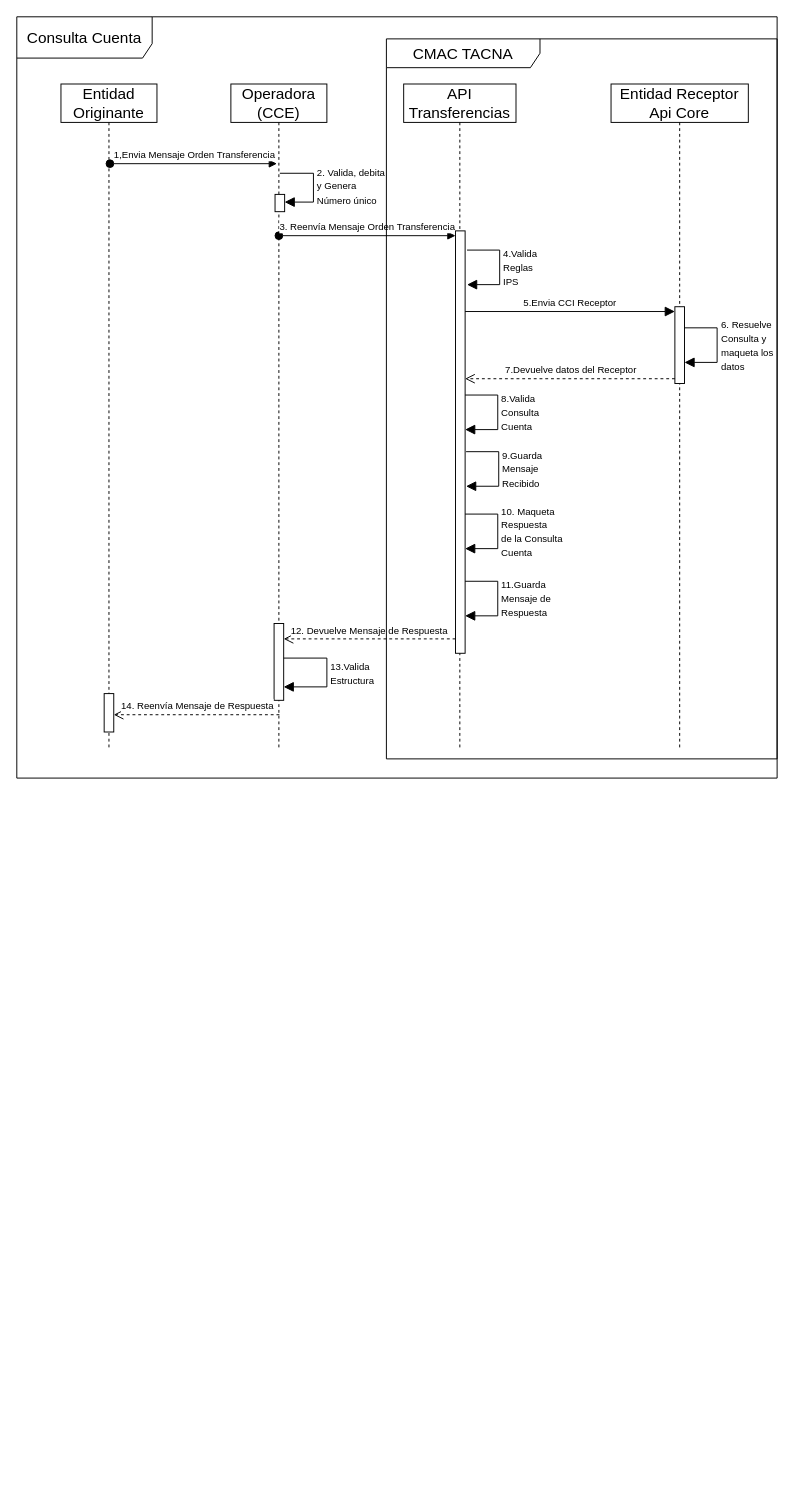
This is page "D. Secuencia Input_Orden_Transferencia (INPUT)" (5 of 14) of Diagramas.drawio from Richard-MJ/CMACT, a draw.io file, before an edit. Source tidied: cells renumbered, new cells numbered last; positions are measured from the earlier drawing's top-left corner, leaving out a move shared by most shapes. Both pictures are drawn from the tidied source at 96%, with x=0, y=0 at pixel (16, 16).
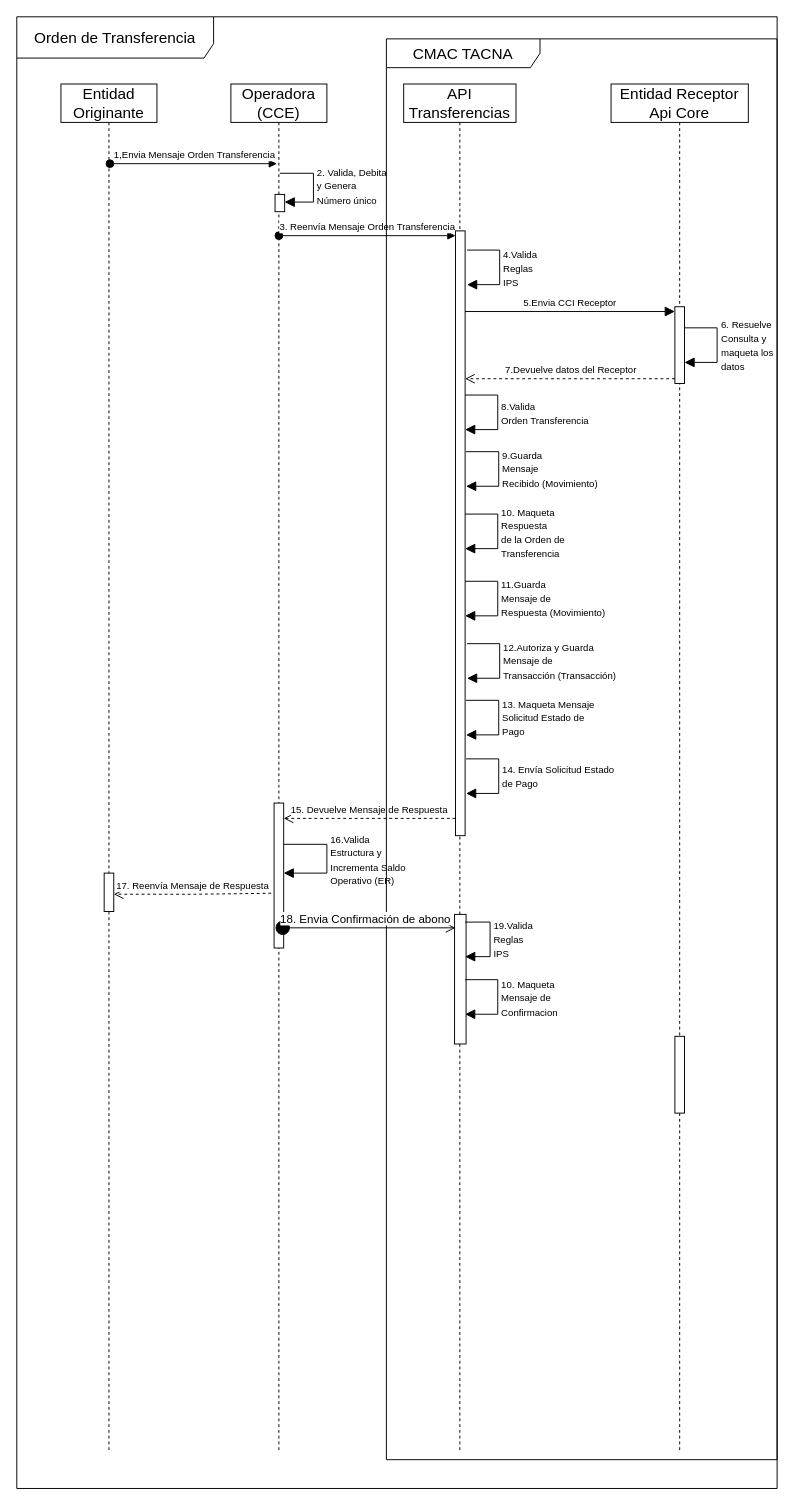
Above is the later version.

The change refers to these unchanged cells:
```xml
<mxCell id="10" style="html=1;points=[[0,0,0,0,5],[0,1,0,0,-5],[1,0,0,0,5],[1,1,0,0,-5]];perimeter=orthogonalPerimeter;outlineConnect=0;targetShapes=umlLifeline;portConstraint=eastwest;newEdgeStyle={&quot;curved&quot;:0,&quot;rounded&quot;:0};fontSize=16;" parent="1" vertex="1">
  <mxGeometry x="269" y="185" width="10" height="18" as="geometry" />
</mxCell>
```

Diff of the diagram source:
```diff
@@
     <mxCell id="2" value="Operadora (CCE)" style="shape=umlLifeline;perimeter=lifelinePerimeter;whiteSpace=wrap;html=1;newEdgeStyle={&quot;edgeStyle&quot;:&quot;elbowEdgeStyle&quot;,&quot;elbow&quot;:&quot;vertical&quot;,&quot;curved&quot;:0,&quot;rounded&quot;:0};fontSize=16;rounded=0;" parent="1" vertex="1">
-      <mxGeometry x="223" y="70" width="100" height="693" as="geometry" />
+      <mxGeometry x="223" y="70" width="100" height="1423" as="geometry" />
     </mxCell>
     <mxCell id="3" style="html=1;points=[[0,0,0,0,5],[0,1,0,0,-5],[1,0,0,0,5],[1,1,0,0,-5]];perimeter=orthogonalPerimeter;outlineConnect=0;targetShapes=umlLifeline;portConstraint=eastwest;newEdgeStyle={&quot;curved&quot;:0,&quot;rounded&quot;:0};fontSize=16;" parent="2" vertex="1">
-      <mxGeometry x="45" y="562" width="10" height="80" as="geometry" />
+      <mxGeometry x="45" y="749" width="10" height="151" as="geometry" />
     </mxCell>
-    <mxCell id="4" value="&lt;font style=&quot;font-size: 10px;&quot;&gt;13.Valida&lt;br&gt;Estructura&lt;/font&gt;" style="html=1;align=left;spacingLeft=2;endArrow=block;rounded=0;edgeStyle=orthogonalEdgeStyle;curved=0;rounded=0;fontSize=12;startSize=8;endSize=8;" parent="2" edge="1" source="3" target="3">
+    <mxCell id="4" value="&lt;font style=&quot;font-size: 10px;&quot;&gt;16.Valida&lt;br&gt;Estructura y&lt;br&gt;Incrementa Saldo&lt;br&gt;Operativo (ER)&lt;br&gt;&lt;/font&gt;" style="html=1;align=left;spacingLeft=2;endArrow=block;rounded=0;edgeStyle=orthogonalEdgeStyle;curved=0;rounded=0;fontSize=12;startSize=8;endSize=8;" parent="2" edge="1">
       <mxGeometry x="0.01" relative="1" as="geometry">
+        <mxPoint x="55" y="792" as="sourcePoint" />
+        <mxPoint x="55" y="822" as="targetPoint" />
         <Array as="points">
-          <mxPoint x="100" y="598" />
-          <mxPoint x="100" y="628" />
+          <mxPoint x="100" y="792" />
+          <mxPoint x="100" y="822" />
         </Array>
       </mxGeometry>
     </mxCell>
     <mxCell id="5" value="API Transferencias" style="shape=umlLifeline;perimeter=lifelinePerimeter;whiteSpace=wrap;html=1;newEdgeStyle={&quot;edgeStyle&quot;:&quot;elbowEdgeStyle&quot;,&quot;elbow&quot;:&quot;vertical&quot;,&quot;curved&quot;:0,&quot;rounded&quot;:0};fontSize=16;rounded=0;" parent="1" vertex="1">
-      <mxGeometry x="403" y="70" width="117" height="693" as="geometry" />
+      <mxGeometry x="403" y="70" width="117" height="1423" as="geometry" />
     </mxCell>
+    <mxCell id="27" style="html=1;perimeter=orthogonalPerimeter;targetShapes=umlLifeline;newEdgeStyle={&quot;curved&quot;:0,&quot;rounded&quot;:0};fontSize=16;" parent="5" vertex="1">
+      <mxGeometry x="53" y="865" width="12" height="135" as="geometry" />
+    </mxCell>
     <mxCell id="6" value="Entidad Originante" style="shape=umlLifeline;perimeter=lifelinePerimeter;whiteSpace=wrap;html=1;newEdgeStyle={&quot;edgeStyle&quot;:&quot;elbowEdgeStyle&quot;,&quot;elbow&quot;:&quot;vertical&quot;,&quot;curved&quot;:0,&quot;rounded&quot;:0};fontSize=16;rounded=0;" parent="1" vertex="1">
-      <mxGeometry x="46" y="70" width="100" height="693" as="geometry" />
+      <mxGeometry x="46" y="70" width="100" height="1423" as="geometry" />
     </mxCell>
     <mxCell id="7" value="Entidad Receptor&lt;br&gt;Api Core" style="shape=umlLifeline;perimeter=lifelinePerimeter;whiteSpace=wrap;html=1;newEdgeStyle={&quot;edgeStyle&quot;:&quot;elbowEdgeStyle&quot;,&quot;elbow&quot;:&quot;vertical&quot;,&quot;curved&quot;:0,&quot;rounded&quot;:0};fontSize=16;rounded=0;" parent="1" vertex="1">
-      <mxGeometry x="619" y="70" width="143" height="693" as="geometry" />
+      <mxGeometry x="619" y="70" width="143" height="1423" as="geometry" />
     </mxCell>
-    <mxCell id="8" value="Consulta Cuenta" style="shape=umlFrame;whiteSpace=wrap;html=1;fontSize=16;width=141;height=43;" parent="1" vertex="1">
-      <mxGeometry width="792" height="793" as="geometry" />
+    <mxCell id="8" value="Orden de Transferencia" style="shape=umlFrame;whiteSpace=wrap;html=1;fontSize=16;width=205;height=43;" parent="1" vertex="1">
+      <mxGeometry width="792" height="1533" as="geometry" />
     </mxCell>
@@
-    <mxCell id="11" value="&lt;font style=&quot;font-size: 10px;&quot;&gt;2. Valida, debita &lt;br&gt;y Genera &lt;br&gt;Número único&lt;/font&gt;" style="html=1;align=left;spacingLeft=2;endArrow=block;rounded=0;edgeStyle=orthogonalEdgeStyle;curved=0;rounded=0;fontSize=12;startSize=8;endSize=8;" parent="1" edge="1" target="10">
+    <mxCell id="11" value="&lt;font style=&quot;font-size: 10px;&quot;&gt;2. Valida, Debita &lt;br&gt;y Genera &lt;br&gt;Número único&lt;/font&gt;" style="html=1;align=left;spacingLeft=2;endArrow=block;rounded=0;edgeStyle=orthogonalEdgeStyle;curved=0;rounded=0;fontSize=12;startSize=8;endSize=8;" parent="1" edge="1" target="10">
       <mxGeometry x="0.01" relative="1" as="geometry">
         <mxPoint x="274" y="163" as="sourcePoint" />
         <Array as="points">
           <mxPoint x="309" y="193" />
         </Array>
       </mxGeometry>
     </mxCell>
     <mxCell id="12" style="html=1;points=[[0,0,0,0,5],[0,1,0,0,-5],[1,0,0,0,5],[1,1,0,0,-5]];perimeter=orthogonalPerimeter;outlineConnect=0;targetShapes=umlLifeline;portConstraint=eastwest;newEdgeStyle={&quot;curved&quot;:0,&quot;rounded&quot;:0};fontSize=16;" parent="1" vertex="1">
-      <mxGeometry x="457" y="223" width="10" height="440" as="geometry" />
+      <mxGeometry x="457" y="223" width="10" height="630" as="geometry" />
     </mxCell>
@@
-    <mxCell id="14" value="&lt;font style=&quot;font-size: 10px;&quot;&gt;8.Valida &lt;br&gt;Consulta&lt;br&gt;Cuenta&lt;/font&gt;" style="html=1;align=left;spacingLeft=2;endArrow=block;rounded=0;edgeStyle=orthogonalEdgeStyle;curved=0;rounded=0;fontSize=12;startSize=8;endSize=8;exitX=0.7;exitY=0.5;exitDx=0;exitDy=0;exitPerimeter=0;" parent="1" edge="1">
-      <mxGeometry relative="1" as="geometry">
+    <mxCell id="14" value="&lt;font style=&quot;font-size: 10px;&quot;&gt;8.Valida &lt;br&gt;Orden Transferencia&lt;br&gt;&lt;/font&gt;" style="html=1;align=left;spacingLeft=2;endArrow=block;rounded=0;edgeStyle=orthogonalEdgeStyle;curved=0;rounded=0;fontSize=12;startSize=8;endSize=8;exitX=0.7;exitY=0.5;exitDx=0;exitDy=0;exitPerimeter=0;" parent="1" edge="1">
+      <mxGeometry x="0.01" relative="1" as="geometry">
         <mxPoint x="467" y="394" as="sourcePoint" />
         <mxPoint x="467" y="430" as="targetPoint" />
         <Array as="points">
           <mxPoint x="501" y="394" />
           <mxPoint x="501" y="430" />
         </Array>
       </mxGeometry>
     </mxCell>
@@
-    <mxCell id="18" value="&lt;font style=&quot;font-size: 10px;&quot;&gt;10. Maqueta&amp;nbsp;&lt;br&gt;Respuesta&lt;br&gt;de la Consulta&lt;br&gt;Cuenta&lt;br&gt;&lt;/font&gt;" style="html=1;align=left;spacingLeft=2;endArrow=block;rounded=0;edgeStyle=orthogonalEdgeStyle;curved=0;rounded=0;fontSize=12;startSize=8;endSize=8;exitX=0.7;exitY=0.5;exitDx=0;exitDy=0;exitPerimeter=0;" parent="1" edge="1">
-      <mxGeometry relative="1" as="geometry">
+    <mxCell id="18" value="&lt;font style=&quot;font-size: 10px;&quot;&gt;10. Maqueta&amp;nbsp;&lt;br&gt;Respuesta&lt;br&gt;de la Orden de&lt;br&gt;Transferencia&lt;br&gt;&lt;/font&gt;" style="html=1;align=left;spacingLeft=2;endArrow=block;rounded=0;edgeStyle=orthogonalEdgeStyle;curved=0;rounded=0;fontSize=12;startSize=8;endSize=8;exitX=0.7;exitY=0.5;exitDx=0;exitDy=0;exitPerimeter=0;" parent="1" edge="1">
+      <mxGeometry x="0.01" relative="1" as="geometry">
         <mxPoint x="467" y="518" as="sourcePoint" />
         <mxPoint x="467" y="554" as="targetPoint" />
         <Array as="points">
           <mxPoint x="501" y="518" />
           <mxPoint x="501" y="554" />
         </Array>
       </mxGeometry>
     </mxCell>
-    <mxCell id="19" value="&lt;font style=&quot;font-size: 10px;&quot;&gt;11.Guarda&lt;br&gt;Mensaje de&lt;br&gt;Respuesta&lt;br&gt;&lt;/font&gt;" style="html=1;align=left;spacingLeft=2;endArrow=block;rounded=0;edgeStyle=orthogonalEdgeStyle;curved=0;rounded=0;fontSize=12;startSize=8;endSize=8;exitX=0.7;exitY=0.5;exitDx=0;exitDy=0;exitPerimeter=0;" parent="1" edge="1">
+    <mxCell id="19" value="&lt;font style=&quot;font-size: 10px;&quot;&gt;11.Guarda&lt;br&gt;Mensaje de&lt;br&gt;Respuesta (Movimiento)&lt;br&gt;&lt;/font&gt;" style="html=1;align=left;spacingLeft=2;endArrow=block;rounded=0;edgeStyle=orthogonalEdgeStyle;curved=0;rounded=0;fontSize=12;startSize=8;endSize=8;exitX=0.7;exitY=0.5;exitDx=0;exitDy=0;exitPerimeter=0;" parent="1" edge="1">
       <mxGeometry relative="1" as="geometry">
         <mxPoint x="467" y="588" as="sourcePoint" />
         <mxPoint x="467" y="624" as="targetPoint" />
         <Array as="points">
           <mxPoint x="501" y="588" />
           <mxPoint x="501" y="624" />
         </Array>
       </mxGeometry>
     </mxCell>
-    <mxCell id="20" value="&lt;font style=&quot;font-size: 10px;&quot;&gt;9.Guarda&lt;br&gt;Mensaje&amp;nbsp;&lt;br&gt;Recibido&lt;br&gt;&lt;/font&gt;" style="html=1;align=left;spacingLeft=2;endArrow=block;rounded=0;edgeStyle=orthogonalEdgeStyle;curved=0;rounded=0;fontSize=12;startSize=8;endSize=8;exitX=0.7;exitY=0.5;exitDx=0;exitDy=0;exitPerimeter=0;" parent="1" edge="1">
+    <mxCell id="20" value="&lt;font style=&quot;font-size: 10px;&quot;&gt;9.Guarda&lt;br&gt;Mensaje&amp;nbsp;&lt;br&gt;Recibido (Movimiento)&lt;br&gt;&lt;/font&gt;" style="html=1;align=left;spacingLeft=2;endArrow=block;rounded=0;edgeStyle=orthogonalEdgeStyle;curved=0;rounded=0;fontSize=12;startSize=8;endSize=8;exitX=0.7;exitY=0.5;exitDx=0;exitDy=0;exitPerimeter=0;" parent="1" edge="1">
       <mxGeometry relative="1" as="geometry">
         <mxPoint x="468" y="453" as="sourcePoint" />
         <mxPoint x="468" y="489" as="targetPoint" />
         <Array as="points">
           <mxPoint x="502" y="453" />
           <mxPoint x="502" y="489" />
         </Array>
       </mxGeometry>
     </mxCell>
-    <mxCell id="21" value="&lt;span style=&quot;font-size: 10px;&quot;&gt;12. Devuelve Mensaje de Respuesta&lt;/span&gt;" style="html=1;verticalAlign=bottom;endArrow=open;dashed=1;endSize=8;curved=0;rounded=0;fontSize=12;" parent="1" edge="1" target="3">
+    <mxCell id="21" value="&lt;span style=&quot;font-size: 10px;&quot;&gt;15. Devuelve Mensaje de Respuesta&lt;/span&gt;" style="html=1;verticalAlign=bottom;endArrow=open;dashed=1;endSize=8;curved=0;rounded=0;fontSize=12;" parent="1" edge="1" target="3">
       <mxGeometry relative="1" as="geometry">
-        <mxPoint x="457" y="648" as="sourcePoint" />
+        <mxPoint x="457" y="835" as="sourcePoint" />
       </mxGeometry>
     </mxCell>
-    <mxCell id="22" value="&lt;span style=&quot;font-size: 10px;&quot;&gt;14. Reenvía&amp;nbsp;Mensaje de Respuesta&lt;/span&gt;" style="html=1;verticalAlign=bottom;endArrow=open;dashed=1;endSize=8;curved=0;rounded=0;fontSize=12;" parent="1" edge="1">
+    <mxCell id="22" value="&lt;span style=&quot;font-size: 10px;&quot;&gt;17. Reenvía&amp;nbsp;Mensaje de Respuesta&lt;/span&gt;" style="html=1;verticalAlign=bottom;endArrow=open;dashed=1;endSize=8;curved=0;rounded=0;fontSize=12;" parent="1" edge="1">
       <mxGeometry relative="1" as="geometry">
-        <mxPoint x="273.5" y="727" as="sourcePoint" />
-        <mxPoint x="101" y="727" as="targetPoint" />
+        <mxPoint x="265" y="913" as="sourcePoint" />
+        <mxPoint x="101" y="914" as="targetPoint" />
         <Array as="points">
-          <mxPoint x="185" y="727" />
+          <mxPoint x="185" y="914" />
         </Array>
       </mxGeometry>
     </mxCell>
     <mxCell id="23" style="html=1;perimeter=orthogonalPerimeter;targetShapes=umlLifeline;newEdgeStyle={&quot;curved&quot;:0,&quot;rounded&quot;:0};fontSize=16;" parent="1" vertex="1">
-      <mxGeometry x="91" y="705" width="10" height="40" as="geometry" />
+      <mxGeometry x="91" y="892" width="10" height="40" as="geometry" />
     </mxCell>
@@
     <mxCell id="25" value="CMAC TACNA" style="shape=umlFrame;whiteSpace=wrap;html=1;fontSize=16;width=160;height=30;" parent="1" vertex="1">
-      <mxGeometry x="385" y="23" width="407" height="750" as="geometry" />
+      <mxGeometry x="385" y="23" width="407" height="1480" as="geometry" />
     </mxCell>
     <mxCell id="26" value="&lt;font style=&quot;font-size: 10px;&quot;&gt;4.Valida &lt;br&gt;Reglas&lt;br&gt;IPS&lt;br&gt;&lt;/font&gt;" style="html=1;align=left;spacingLeft=2;endArrow=block;rounded=0;edgeStyle=orthogonalEdgeStyle;curved=0;rounded=0;fontSize=12;startSize=8;endSize=8;exitX=0.7;exitY=0.5;exitDx=0;exitDy=0;exitPerimeter=0;" parent="1" edge="1">
-      <mxGeometry relative="1" as="geometry">
+      <mxGeometry x="0.01" relative="1" as="geometry">
         <mxPoint x="469" y="243" as="sourcePoint" />
         <mxPoint x="469" y="279" as="targetPoint" />
         <Array as="points">
           <mxPoint x="503" y="243" />
           <mxPoint x="503" y="279" />
         </Array>
       </mxGeometry>
     </mxCell>
+    <mxCell id="28" value="&lt;font style=&quot;font-size: 10px;&quot;&gt;12.Autoriza y Guarda&lt;br&gt;Mensaje de&lt;br&gt;Transacción (Transacción)&lt;br&gt;&lt;/font&gt;" style="html=1;align=left;spacingLeft=2;endArrow=block;rounded=0;edgeStyle=orthogonalEdgeStyle;curved=0;rounded=0;fontSize=12;startSize=8;endSize=8;exitX=0.7;exitY=0.5;exitDx=0;exitDy=0;exitPerimeter=0;" parent="1" edge="1">
+      <mxGeometry relative="1" as="geometry">
+        <mxPoint x="469" y="653" as="sourcePoint" />
+        <mxPoint x="469" y="689" as="targetPoint" />
+        <Array as="points">
+          <mxPoint x="503" y="653" />
+          <mxPoint x="503" y="689" />
+        </Array>
+      </mxGeometry>
+    </mxCell>
+    <mxCell id="29" value="&lt;font style=&quot;font-size: 10px;&quot;&gt;13. Maqueta Mensaje&lt;br&gt;Solicitud Estado de&amp;nbsp;&lt;br&gt;Pago&lt;br&gt;&lt;/font&gt;" style="html=1;align=left;spacingLeft=2;endArrow=block;rounded=0;edgeStyle=orthogonalEdgeStyle;curved=0;rounded=0;fontSize=12;startSize=8;endSize=8;exitX=0.7;exitY=0.5;exitDx=0;exitDy=0;exitPerimeter=0;" parent="1" edge="1">
+      <mxGeometry relative="1" as="geometry">
+        <mxPoint x="468" y="712" as="sourcePoint" />
+        <mxPoint x="468" y="748" as="targetPoint" />
+        <Array as="points">
+          <mxPoint x="502" y="712" />
+          <mxPoint x="502" y="748" />
+        </Array>
+      </mxGeometry>
+    </mxCell>
+    <mxCell id="30" value="&lt;font style=&quot;font-size: 10px;&quot;&gt;14. Envía Solicitud Estado&lt;br&gt;de Pago&lt;br&gt;&lt;/font&gt;" style="html=1;align=left;spacingLeft=2;endArrow=block;rounded=0;edgeStyle=orthogonalEdgeStyle;curved=0;rounded=0;fontSize=12;startSize=8;endSize=8;exitX=0.7;exitY=0.5;exitDx=0;exitDy=0;exitPerimeter=0;" parent="1" edge="1">
+      <mxGeometry relative="1" as="geometry">
+        <mxPoint x="468" y="773" as="sourcePoint" />
+        <mxPoint x="468" y="809" as="targetPoint" />
+        <Array as="points">
+          <mxPoint x="502" y="773" />
+          <mxPoint x="502" y="809" />
+        </Array>
+      </mxGeometry>
+    </mxCell>
+    <mxCell id="31" value="18. Envia Confirmación de abono" style="html=1;verticalAlign=bottom;startArrow=circle;startFill=1;endArrow=open;startSize=6;endSize=8;curved=0;rounded=0;fontSize=12;" parent="1" edge="1">
+      <mxGeometry relative="1" as="geometry">
+        <mxPoint x="269" y="949" as="sourcePoint" />
+        <mxPoint x="457" y="949" as="targetPoint" />
+      </mxGeometry>
+    </mxCell>
+    <mxCell id="32" value="&lt;font style=&quot;font-size: 10px;&quot;&gt;19.Valida &lt;br&gt;Reglas&lt;br&gt;IPS&lt;br&gt;&lt;/font&gt;" style="html=1;align=left;spacingLeft=2;endArrow=block;rounded=0;edgeStyle=orthogonalEdgeStyle;curved=0;rounded=0;fontSize=12;startSize=8;endSize=8;exitX=0.7;exitY=0.5;exitDx=0;exitDy=0;exitPerimeter=0;" parent="1" edge="1">
+      <mxGeometry x="0.01" relative="1" as="geometry">
+        <mxPoint x="467" y="943" as="sourcePoint" />
+        <mxPoint x="467" y="979" as="targetPoint" />
+        <Array as="points">
+          <mxPoint x="493" y="943" />
+          <mxPoint x="493" y="979" />
+        </Array>
+      </mxGeometry>
+    </mxCell>
+    <mxCell id="33" value="&lt;font style=&quot;font-size: 10px;&quot;&gt;10. Maqueta&amp;nbsp;&lt;br&gt;Mensaje de&amp;nbsp;&lt;br&gt;Confirmacion&lt;br&gt;&lt;/font&gt;" style="html=1;align=left;spacingLeft=2;endArrow=block;rounded=0;edgeStyle=orthogonalEdgeStyle;curved=0;rounded=0;fontSize=12;startSize=8;endSize=8;exitX=0.7;exitY=0.5;exitDx=0;exitDy=0;exitPerimeter=0;" parent="1" edge="1">
+      <mxGeometry x="0.01" relative="1" as="geometry">
+        <mxPoint x="467" y="1003" as="sourcePoint" />
+        <mxPoint x="467" y="1039" as="targetPoint" />
+        <Array as="points">
+          <mxPoint x="501" y="1003" />
+          <mxPoint x="501" y="1039" />
+        </Array>
+      </mxGeometry>
+    </mxCell>
+    <mxCell id="34" style="html=1;perimeter=orthogonalPerimeter;targetShapes=umlLifeline;newEdgeStyle={&quot;curved&quot;:0,&quot;rounded&quot;:0};fontSize=16;" parent="1" vertex="1">
+      <mxGeometry x="685.5" y="1062" width="10" height="80" as="geometry" />
+    </mxCell>
```
